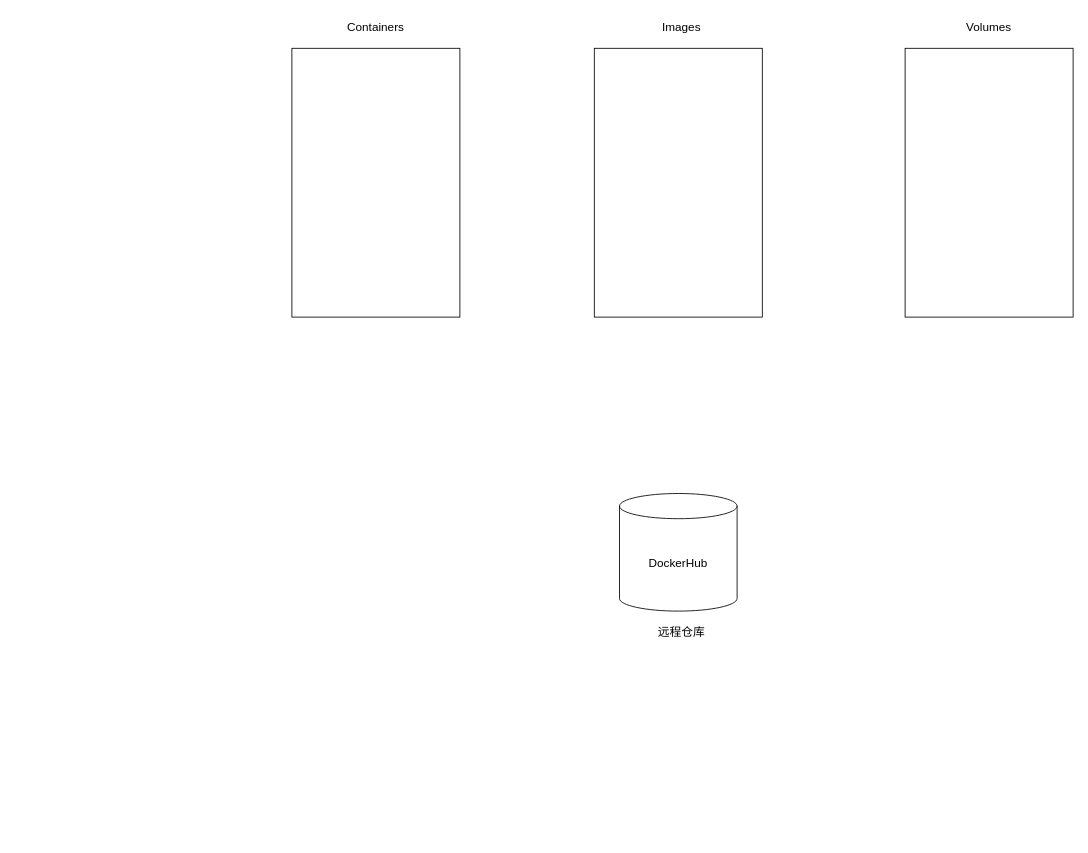
The draw.io diagram 00_docker.drawio in Sstmtz/draw.io-, before the edit. Source tidied: cells renumbered, new cells numbered last; positions are measured from the earlier drawing's top-left corner, leaving out a move shared by most shapes. Both pictures are drawn from the tidied source at 84%, with x=0, y=0 at pixel (291, 14).
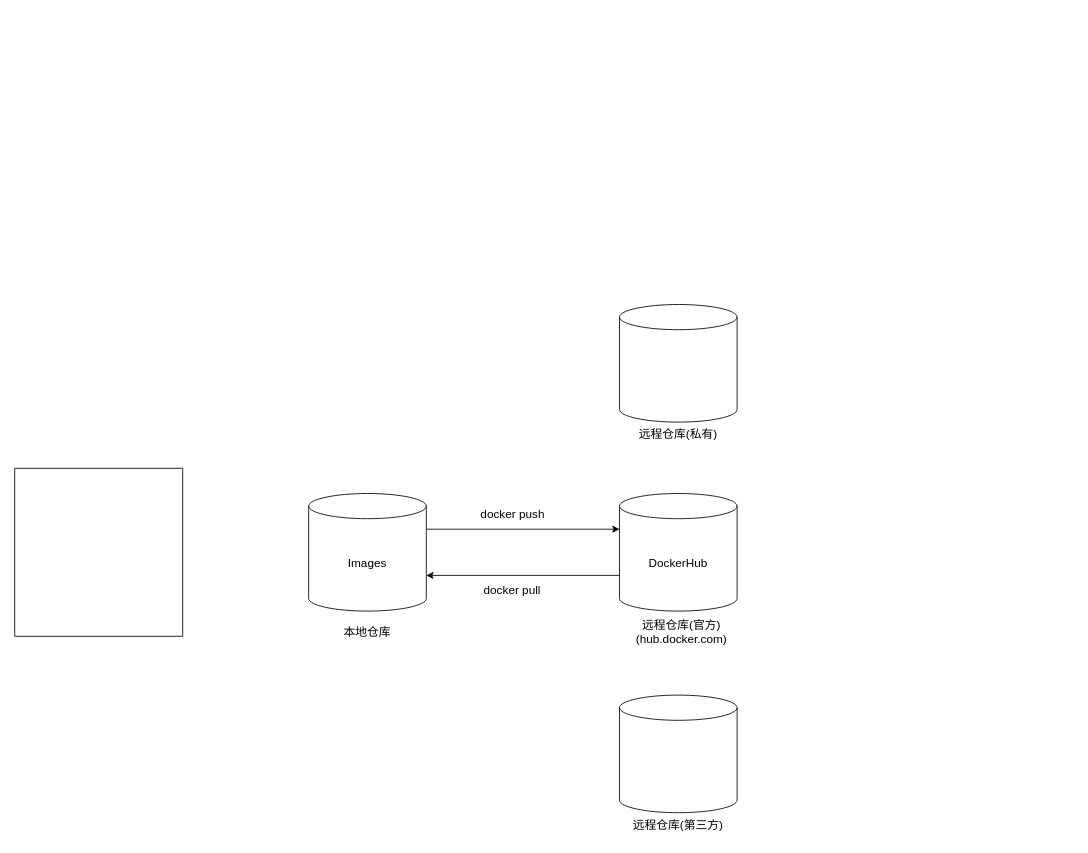
The same page after the edit.

Change to the diagram source:
```diff
@@
 <mxGraphModel>
   <root>
     <mxCell id="0" />
     <mxCell id="1" parent="0" />
-    <mxCell id="2" style="rounded=0;whiteSpace=wrap;html=1;" parent="1" vertex="1">
-      <mxGeometry x="360" y="40" width="200" height="320" as="geometry" />
-    </mxCell>
-    <mxCell id="3" style="rounded=0;whiteSpace=wrap;html=1;" parent="1" vertex="1">
-      <mxGeometry x="730" y="40" width="200" height="320" as="geometry" />
-    </mxCell>
-    <mxCell id="4" style="rounded=0;whiteSpace=wrap;html=1;" parent="1" vertex="1">
-      <mxGeometry y="40" width="200" height="320" as="geometry" />
-    </mxCell>
-    <mxCell id="5" value="&lt;font style=&quot;font-size: 14px;&quot;&gt;Images&lt;/font&gt;" style="text;html=1;align=center;verticalAlign=middle;whiteSpace=wrap;rounded=0;" parent="1" vertex="1">
-      <mxGeometry x="434" width="60" height="30" as="geometry" />
-    </mxCell>
-    <mxCell id="6" value="&lt;font style=&quot;font-size: 14px;&quot;&gt;Containers&lt;/font&gt;" style="text;html=1;align=center;verticalAlign=middle;whiteSpace=wrap;rounded=0;" parent="1" vertex="1">
-      <mxGeometry x="70" width="60" height="30" as="geometry" />
-    </mxCell>
-    <mxCell id="7" value="&lt;font style=&quot;font-size: 14px;&quot;&gt;Volumes&lt;/font&gt;" style="text;html=1;align=center;verticalAlign=middle;whiteSpace=wrap;rounded=0;" parent="1" vertex="1">
-      <mxGeometry x="800" width="60" height="30" as="geometry" />
-    </mxCell>
     <mxCell id="8" value="&lt;font style=&quot;font-size: 14px;&quot;&gt;DockerHub&lt;/font&gt;" style="shape=cylinder3;whiteSpace=wrap;html=1;boundedLbl=1;backgroundOutline=1;size=15;" parent="1" vertex="1">
       <mxGeometry x="390" y="570" width="140" height="140" as="geometry" />
     </mxCell>
-    <mxCell id="9" value="&lt;font style=&quot;font-size: 14px;&quot;&gt;远程仓库&lt;/font&gt;" style="text;html=1;align=center;verticalAlign=middle;whiteSpace=wrap;rounded=0;" parent="1" vertex="1">
+    <mxCell id="9" value="&lt;font style=&quot;font-size: 14px;&quot;&gt;远程仓库(官方)&lt;/font&gt;&lt;div&gt;&lt;font style=&quot;font-size: 14px;&quot;&gt;(hub.docker.com&lt;/font&gt;&lt;span style=&quot;font-size: 14px; background-color: initial;&quot;&gt;)&lt;/span&gt;&lt;/div&gt;" style="text;html=1;align=center;verticalAlign=middle;whiteSpace=wrap;rounded=0;" parent="1" vertex="1">
       <mxGeometry x="434" y="720" width="60" height="30" as="geometry" />
     </mxCell>
+    <mxCell id="5" value="&lt;span style=&quot;font-size: 14px;&quot;&gt;Images&lt;/span&gt;" style="shape=cylinder3;whiteSpace=wrap;html=1;boundedLbl=1;backgroundOutline=1;size=15;" parent="1" vertex="1">
+      <mxGeometry x="20" y="570" width="140" height="140" as="geometry" />
+    </mxCell>
+    <mxCell id="10" value="&lt;font style=&quot;font-size: 14px;&quot;&gt;本地仓库&lt;/font&gt;" style="text;html=1;align=center;verticalAlign=middle;whiteSpace=wrap;rounded=0;" parent="1" vertex="1">
+      <mxGeometry x="60" y="720" width="60" height="30" as="geometry" />
+    </mxCell>
+    <mxCell id="11" style="edgeStyle=orthogonalEdgeStyle;rounded=0;jettySize=auto;html=1;exitX=1;exitY=0;exitDx=0;exitDy=42.5;exitPerimeter=0;entryX=0;entryY=0;entryDx=0;entryDy=42.5;entryPerimeter=0;" parent="1" edge="1" source="5" target="8">
+      <mxGeometry relative="1" as="geometry" />
+    </mxCell>
+    <mxCell id="12" style="edgeStyle=orthogonalEdgeStyle;rounded=0;jettySize=auto;html=1;exitX=0;exitY=0;exitDx=0;exitDy=97.5;exitPerimeter=0;entryX=1;entryY=0;entryDx=0;entryDy=97.5;entryPerimeter=0;" parent="1" edge="1" source="8" target="5">
+      <mxGeometry relative="1" as="geometry" />
+    </mxCell>
+    <mxCell id="13" value="&lt;font style=&quot;font-size: 14px;&quot;&gt;docker push&lt;/font&gt;" style="text;html=1;align=center;verticalAlign=middle;whiteSpace=wrap;rounded=0;" parent="1" vertex="1">
+      <mxGeometry x="217.5" y="580" width="90" height="30" as="geometry" />
+    </mxCell>
+    <mxCell id="14" value="&lt;font style=&quot;font-size: 14px;&quot;&gt;docker pull&lt;/font&gt;" style="text;html=1;align=center;verticalAlign=middle;whiteSpace=wrap;rounded=0;" parent="1" vertex="1">
+      <mxGeometry x="215" y="670" width="95" height="30" as="geometry" />
+    </mxCell>
+    <mxCell id="15" style="shape=cylinder3;whiteSpace=wrap;html=1;boundedLbl=1;backgroundOutline=1;size=15;" parent="1" vertex="1">
+      <mxGeometry x="390" y="810" width="140" height="140" as="geometry" />
+    </mxCell>
+    <mxCell id="16" value="&lt;font style=&quot;font-size: 14px;&quot;&gt;远程仓库(第三方)&lt;/font&gt;" style="text;html=1;align=center;verticalAlign=middle;whiteSpace=wrap;rounded=0;" parent="1" vertex="1">
+      <mxGeometry x="400" y="950" width="120" height="30" as="geometry" />
+    </mxCell>
+    <mxCell id="17" style="shape=cylinder3;whiteSpace=wrap;html=1;boundedLbl=1;backgroundOutline=1;size=15;" parent="1" vertex="1">
+      <mxGeometry x="390" y="345" width="140" height="140" as="geometry" />
+    </mxCell>
+    <mxCell id="18" value="&lt;font style=&quot;font-size: 14px;&quot;&gt;远程仓库(私有)&lt;/font&gt;" style="text;html=1;align=center;verticalAlign=middle;whiteSpace=wrap;rounded=0;" parent="1" vertex="1">
+      <mxGeometry x="410" y="485" width="100" height="30" as="geometry" />
+    </mxCell>
+    <mxCell id="19" style="swimlane;startSize=0;" parent="1" vertex="1">
+      <mxGeometry x="-330" y="540" width="200" height="200" as="geometry" />
+    </mxCell>
   </root>
 </mxGraphModel>
```
